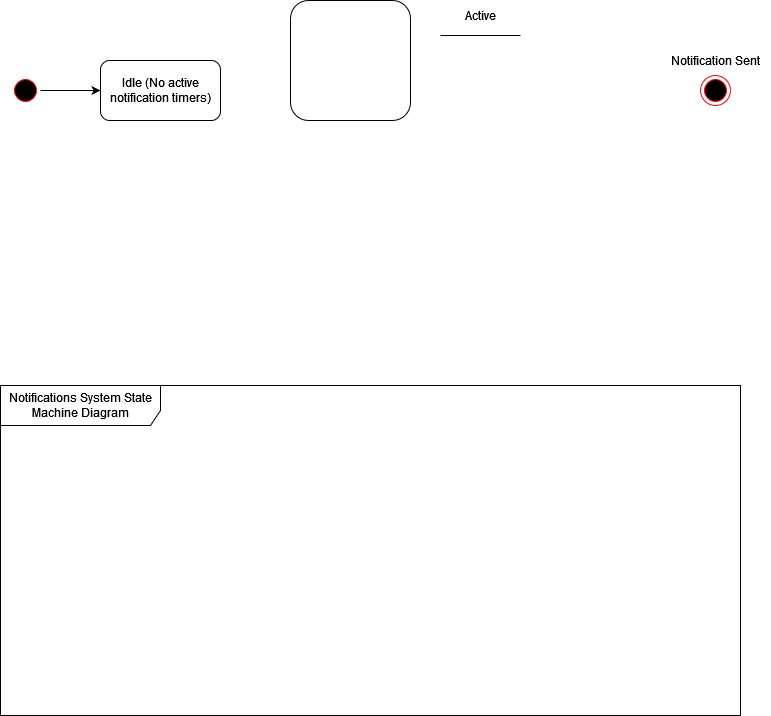
Before: Assets/M3/Notification_SM.drawio.png, a diagram exported from draw.io (uvic-teach/project-m1-team9). Source tidied: cells renumbered, new cells last; positions are measured from the earlier drawing's top-left corner, leaving out a move shared by most shapes.
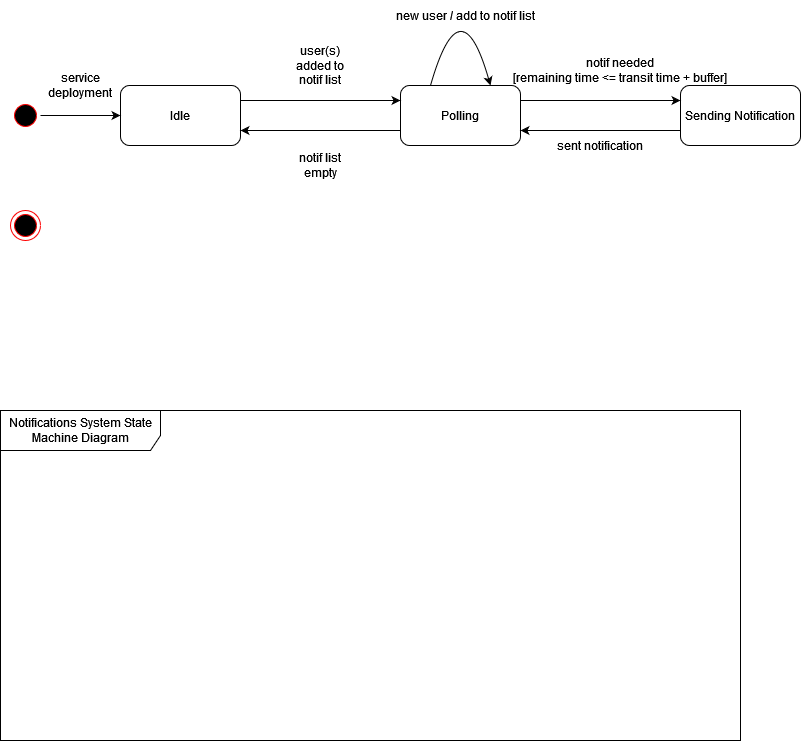
After the change.

Diff of the diagram source:
```diff
@@ -2,15 +2,12 @@
   <root>
     <mxCell id="0" />
     <mxCell id="1" parent="0" />
-    <mxCell id="2" value="Idle (No active notification timers)" style="rounded=1;whiteSpace=wrap;html=1;" parent="1" vertex="1">
-      <mxGeometry x="100" y="60" width="120" height="60" as="geometry" />
+    <mxCell id="2" value="Idle" style="rounded=1;whiteSpace=wrap;html=1;" parent="1" vertex="1">
+      <mxGeometry x="120" y="60" width="120" height="60" as="geometry" />
     </mxCell>
     <mxCell id="3" style="ellipse;html=1;shape=endState;fillColor=#000000;strokeColor=#ff0000;" parent="1" vertex="1">
-      <mxGeometry x="700" y="75" width="30" height="30" as="geometry" />
+      <mxGeometry x="10" y="185" width="30" height="30" as="geometry" />
     </mxCell>
-    <mxCell id="4" value="Notification Sent" style="text;html=1;align=center;verticalAlign=middle;strokeColor=none;fillColor=none;" parent="1" vertex="1">
-      <mxGeometry x="660" y="45" width="110" height="30" as="geometry" />
-    </mxCell>
     <mxCell id="5" style="edgeStyle=orthogonalEdgeStyle;rounded=0;jettySize=auto;html=1;entryX=0;entryY=0.5;entryDx=0;entryDy=0;" parent="1" edge="1" source="6" target="2">
       <mxGeometry relative="1" as="geometry" />
     </mxCell>
@@ -20,17 +17,48 @@
     <mxCell id="7" value="Notifications System State Machine Diagram" style="shape=umlFrame;whiteSpace=wrap;html=1;width=160;height=40;" parent="1" vertex="1">
       <mxGeometry y="385" width="740" height="330" as="geometry" />
     </mxCell>
-    <mxCell id="8" style="rounded=1;whiteSpace=wrap;html=1;" parent="1" vertex="1">
-      <mxGeometry x="290" width="120" height="120" as="geometry" />
-    </mxCell>
-    <mxCell id="9" value="Active" style="text;html=1;strokeColor=none;fillColor=none;align=center;verticalAlign=middle;whiteSpace=wrap;rounded=0;" parent="1" vertex="1">
-      <mxGeometry x="450" width="60" height="30" as="geometry" />
-    </mxCell>
-    <mxCell id="10" style="endArrow=none;html=1;rounded=0;" parent="1" edge="1">
-      <mxGeometry relative="1" as="geometry">
-        <mxPoint x="440" y="35" as="sourcePoint" />
-        <mxPoint x="520" y="35" as="targetPoint" />
-      </mxGeometry>
-    </mxCell>
+    <mxCell id="11" value="Polling" style="rounded=1;whiteSpace=wrap;html=1;" parent="1" vertex="1">
+      <mxGeometry x="400" y="60" width="120" height="60" as="geometry" />
+    </mxCell>
+    <mxCell id="12" value="Sending Notification" style="rounded=1;whiteSpace=wrap;html=1;" parent="1" vertex="1">
+      <mxGeometry x="680" y="60" width="120" height="60" as="geometry" />
+    </mxCell>
+    <mxCell id="13" style="endArrow=classic;html=1;rounded=0;exitX=1;exitY=0.25;exitDx=0;exitDy=0;entryX=0;entryY=0.25;entryDx=0;entryDy=0;" parent="1" edge="1" source="11" target="12">
+      <mxGeometry relative="1" as="geometry" />
+    </mxCell>
+    <mxCell id="14" style="endArrow=classic;html=1;rounded=0;exitX=0;exitY=0.75;exitDx=0;exitDy=0;entryX=1;entryY=0.75;entryDx=0;entryDy=0;" parent="1" edge="1" source="12" target="11">
+      <mxGeometry relative="1" as="geometry" />
+    </mxCell>
+    <mxCell id="15" style="endArrow=classic;html=1;rounded=0;exitX=1;exitY=0.25;exitDx=0;exitDy=0;entryX=0;entryY=0.25;entryDx=0;entryDy=0;" parent="1" edge="1" source="2" target="11">
+      <mxGeometry relative="1" as="geometry" />
+    </mxCell>
+    <mxCell id="16" style="endArrow=classic;html=1;rounded=0;exitX=0;exitY=0.75;exitDx=0;exitDy=0;entryX=1;entryY=0.75;entryDx=0;entryDy=0;" parent="1" edge="1" source="11" target="2">
+      <mxGeometry relative="1" as="geometry" />
+    </mxCell>
+    <mxCell id="17" style="endArrow=classic;html=1;exitX=0.25;exitY=0;exitDx=0;exitDy=0;entryX=0.75;entryY=0;entryDx=0;entryDy=0;curved=1;" parent="1" edge="1" source="11" target="11">
+      <mxGeometry relative="1" as="geometry">
+        <Array as="points">
+          <mxPoint x="460" y="-45" />
+        </Array>
+      </mxGeometry>
+    </mxCell>
+    <mxCell id="18" value="user(s) added to notif list" style="text;html=1;strokeColor=none;fillColor=none;align=center;verticalAlign=middle;whiteSpace=wrap;rounded=0;" parent="1" vertex="1">
+      <mxGeometry x="290" y="25" width="60" height="30" as="geometry" />
+    </mxCell>
+    <mxCell id="19" value="notif list empty" style="text;html=1;strokeColor=none;fillColor=none;align=center;verticalAlign=middle;whiteSpace=wrap;rounded=0;" parent="1" vertex="1">
+      <mxGeometry x="290" y="125" width="60" height="30" as="geometry" />
+    </mxCell>
+    <mxCell id="20" value="new user &lt;b&gt;/&lt;/b&gt; add to notif list" style="text;html=1;strokeColor=none;fillColor=none;align=center;verticalAlign=middle;whiteSpace=wrap;rounded=0;" parent="1" vertex="1">
+      <mxGeometry x="370" y="-25" width="190" height="30" as="geometry" />
+    </mxCell>
+    <mxCell id="21" value="&lt;div&gt;notif needed&lt;/div&gt;&lt;div&gt;[remaining time &amp;lt;= transit time + buffer]&lt;/div&gt;" style="text;html=1;strokeColor=none;fillColor=none;align=center;verticalAlign=middle;whiteSpace=wrap;rounded=0;" parent="1" vertex="1">
+      <mxGeometry x="510" y="30" width="220" height="30" as="geometry" />
+    </mxCell>
+    <mxCell id="22" value="sent notification" style="text;html=1;strokeColor=none;fillColor=none;align=center;verticalAlign=middle;whiteSpace=wrap;rounded=0;" parent="1" vertex="1">
+      <mxGeometry x="540" y="105" width="120" height="30" as="geometry" />
+    </mxCell>
+    <mxCell id="23" value="service deployment" style="text;html=1;strokeColor=none;fillColor=none;align=center;verticalAlign=middle;whiteSpace=wrap;rounded=0;" parent="1" vertex="1">
+      <mxGeometry x="50" y="45" width="60" height="30" as="geometry" />
+    </mxCell>
   </root>
 </mxGraphModel>
```
